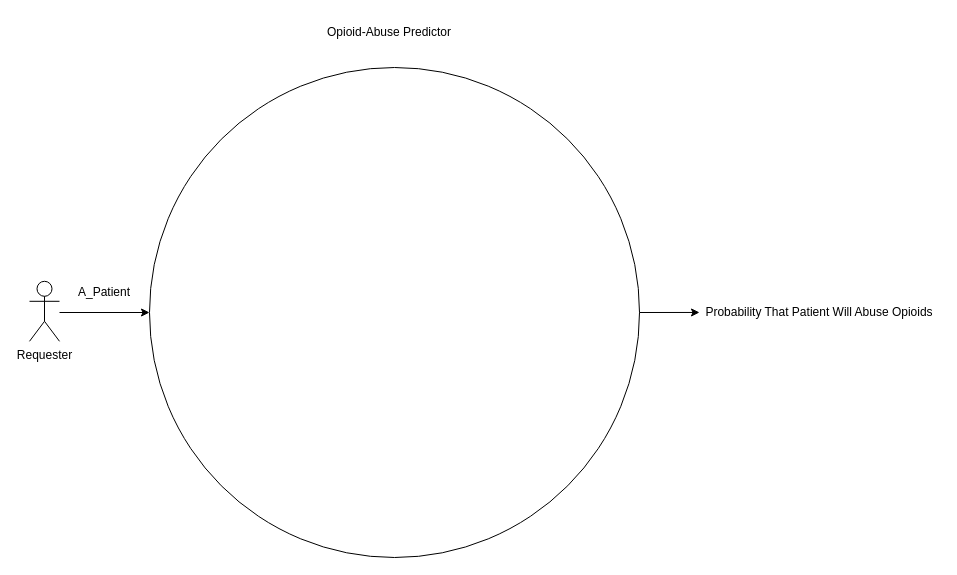
This is System_Analysis/System_Diagram.drawio from tslever/Opioid_Abuse_Predictor, a draw.io file, before an edit. Source tidied: cells renumbered, new cells numbered last; positions are measured from the earlier drawing's top-left corner, leaving out a move shared by most shapes. Both pictures are drawn from the tidied source at 100%, with x=0, y=0 at pixel (29, 17).
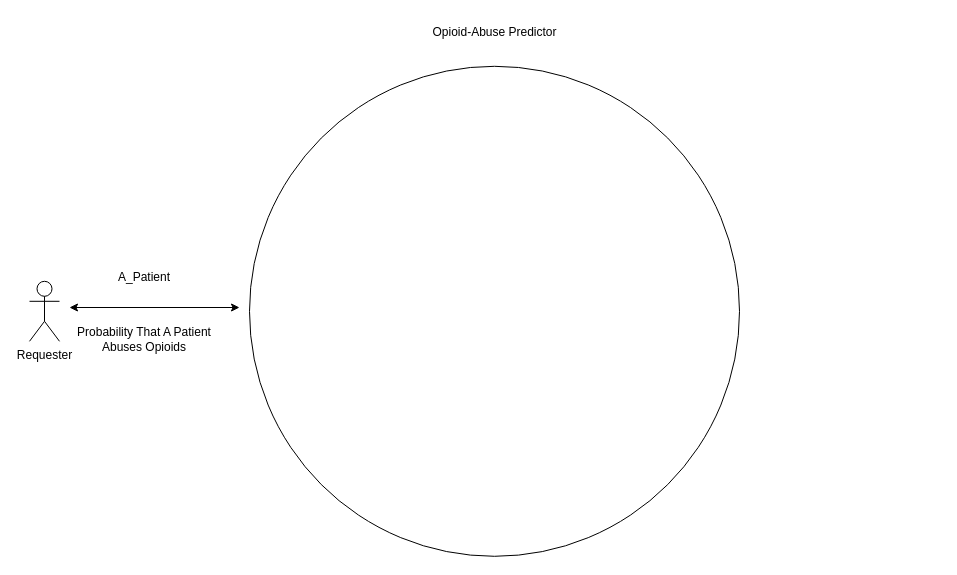
The same diagram, later.

Commit message:
Fix: Requester receives probability that a patient will abuse opioids

The edit, as a diff of the source:
```diff
@@
 <mxGraphModel>
   <root>
     <mxCell id="0" />
     <mxCell id="1" parent="0" />
     <mxCell id="2" style="ellipse;whiteSpace=wrap;html=1;" parent="1" vertex="1">
-      <mxGeometry x="120" y="50" width="490" height="490" as="geometry" />
+      <mxGeometry x="220" y="48.8" width="490" height="490" as="geometry" />
     </mxCell>
-    <mxCell id="3" style="endArrow=classic;html=1;rounded=0;entryX=0;entryY=0.5;entryDx=0;entryDy=0;" parent="1" edge="1" target="2">
-      <mxGeometry relative="1" as="geometry">
-        <mxPoint x="30" y="295" as="sourcePoint" />
-      </mxGeometry>
-    </mxCell>
     <mxCell id="4" value="Opioid-Abuse Predictor" style="text;html=1;strokeColor=none;fillColor=none;align=center;verticalAlign=middle;whiteSpace=wrap;rounded=0;" parent="1" vertex="1">
-      <mxGeometry x="250" width="220" height="30" as="geometry" />
+      <mxGeometry x="392.5" width="145" height="30" as="geometry" />
     </mxCell>
     <mxCell id="5" value="A_Patient" style="text;html=1;strokeColor=none;fillColor=none;align=center;verticalAlign=middle;whiteSpace=wrap;rounded=0;" parent="1" vertex="1">
-      <mxGeometry x="40" y="265" width="70" height="20" as="geometry" />
+      <mxGeometry x="80" y="250" width="70" height="20" as="geometry" />
     </mxCell>
-    <mxCell id="6" value="Probability That Patient Will Abuse Opioids" style="text;html=1;strokeColor=none;fillColor=none;align=center;verticalAlign=middle;whiteSpace=wrap;rounded=0;" parent="1" vertex="1">
-      <mxGeometry x="670" y="281.2" width="240" height="27.5" as="geometry" />
-    </mxCell>
     <mxCell id="7" value="Requester" style="shape=umlActor;verticalLabelPosition=bottom;verticalAlign=top;html=1;" parent="1" vertex="1">
       <mxGeometry y="263.8" width="30" height="60" as="geometry" />
     </mxCell>
-    <mxCell id="8" style="endArrow=classic;html=1;rounded=0;exitX=1;exitY=0.5;exitDx=0;exitDy=0;entryX=0;entryY=0.5;entryDx=0;entryDy=0;" parent="1" edge="1" source="2" target="6">
-      <mxGeometry relative="1" as="geometry" />
-    </mxCell>
+    <mxCell id="9" style="endArrow=classic;startArrow=classic;html=1;rounded=0;edgeStyle=orthogonalEdgeStyle;" parent="1" edge="1">
+      <mxGeometry relative="1" as="geometry">
+        <mxPoint x="40" y="290" as="sourcePoint" />
+        <mxPoint x="210" y="290" as="targetPoint" />
+      </mxGeometry>
+    </mxCell>
+    <mxCell id="10" value="Probability That A Patient Abuses Opioids" style="text;html=1;strokeColor=none;fillColor=none;align=center;verticalAlign=middle;whiteSpace=wrap;rounded=0;" parent="1" vertex="1">
+      <mxGeometry x="40" y="303.8" width="150" height="36.2" as="geometry" />
+    </mxCell>
   </root>
 </mxGraphModel>
```
